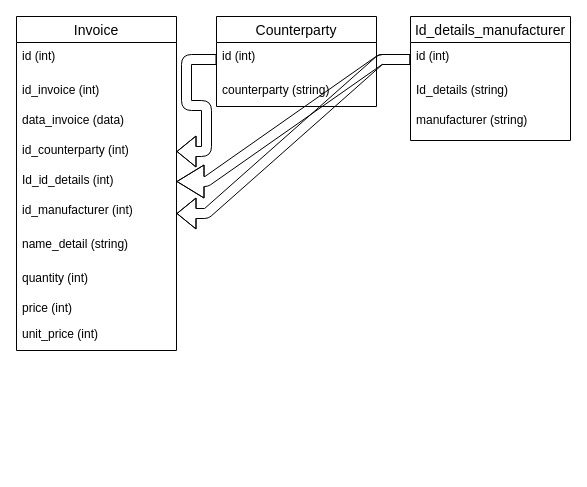
Before: db.drawio in Ruslan-qu/accounting, a draw.io diagram. Source tidied: cells renumbered, new cells numbered last; positions are measured from the earlier drawing's top-left corner, leaving out a move shared by most shapes. Both pictures are drawn from the tidied source at 100%, with x=0, y=0 at pixel (16, 16).
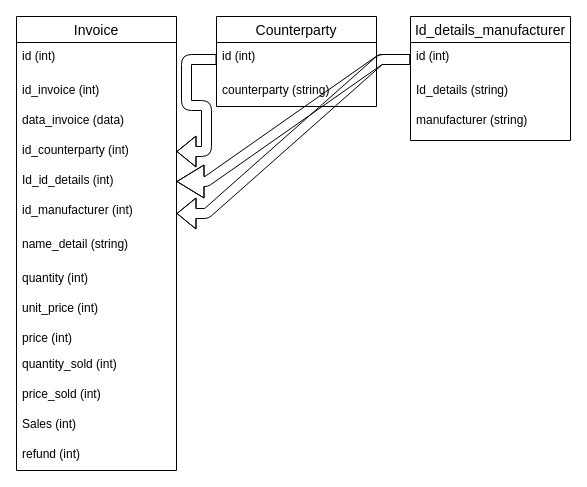
The same page after the edit.

Change to the diagram source:
```diff
@@
     <mxCell id="2" value="Invoice" style="swimlane;fontStyle=0;horizontal=1;startSize=26;align=center;fontSize=14;" parent="1" vertex="1">
-      <mxGeometry width="160" height="334" as="geometry" />
+      <mxGeometry width="160" height="454" as="geometry" />
     </mxCell>
@@
+    <mxCell id="12" value="unit_price (int)" style="text;strokeColor=none;fillColor=none;spacingLeft=4;spacingRight=4;overflow=hidden;fontSize=12;" parent="2" vertex="1">
+      <mxGeometry y="278" width="160" height="30" as="geometry" />
+    </mxCell>
     <mxCell id="11" value="price (int)" style="text;strokeColor=none;fillColor=none;spacingLeft=4;spacingRight=4;overflow=hidden;fontSize=12;" parent="2" vertex="1">
-      <mxGeometry y="278" width="160" height="26" as="geometry" />
+      <mxGeometry y="308" width="160" height="26" as="geometry" />
     </mxCell>
-    <mxCell id="12" value="unit_price (int)" style="text;strokeColor=none;fillColor=none;spacingLeft=4;spacingRight=4;overflow=hidden;fontSize=12;" parent="2" vertex="1">
-      <mxGeometry y="304" width="160" height="30" as="geometry" />
-    </mxCell>
+    <mxCell id="23" value="quantity_sold (int)" style="text;strokeColor=none;fillColor=none;spacingLeft=4;spacingRight=4;overflow=hidden;fontSize=12;" parent="2" vertex="1">
+      <mxGeometry y="334" width="160" height="30" as="geometry" />
+    </mxCell>
+    <mxCell id="24" value="price_sold (int)" style="text;strokeColor=none;fillColor=none;spacingLeft=4;spacingRight=4;overflow=hidden;fontSize=12;" parent="2" vertex="1">
+      <mxGeometry y="364" width="160" height="30" as="geometry" />
+    </mxCell>
+    <mxCell id="25" value="Sales (int)" style="text;strokeColor=none;fillColor=none;spacingLeft=4;spacingRight=4;overflow=hidden;fontSize=12;" parent="2" vertex="1">
+      <mxGeometry y="394" width="160" height="30" as="geometry" />
+    </mxCell>
+    <mxCell id="26" value="refund (int)" style="text;strokeColor=none;fillColor=none;spacingLeft=4;spacingRight=4;overflow=hidden;fontSize=12;" parent="2" vertex="1">
+      <mxGeometry y="424" width="160" height="30" as="geometry" />
+    </mxCell>
```
